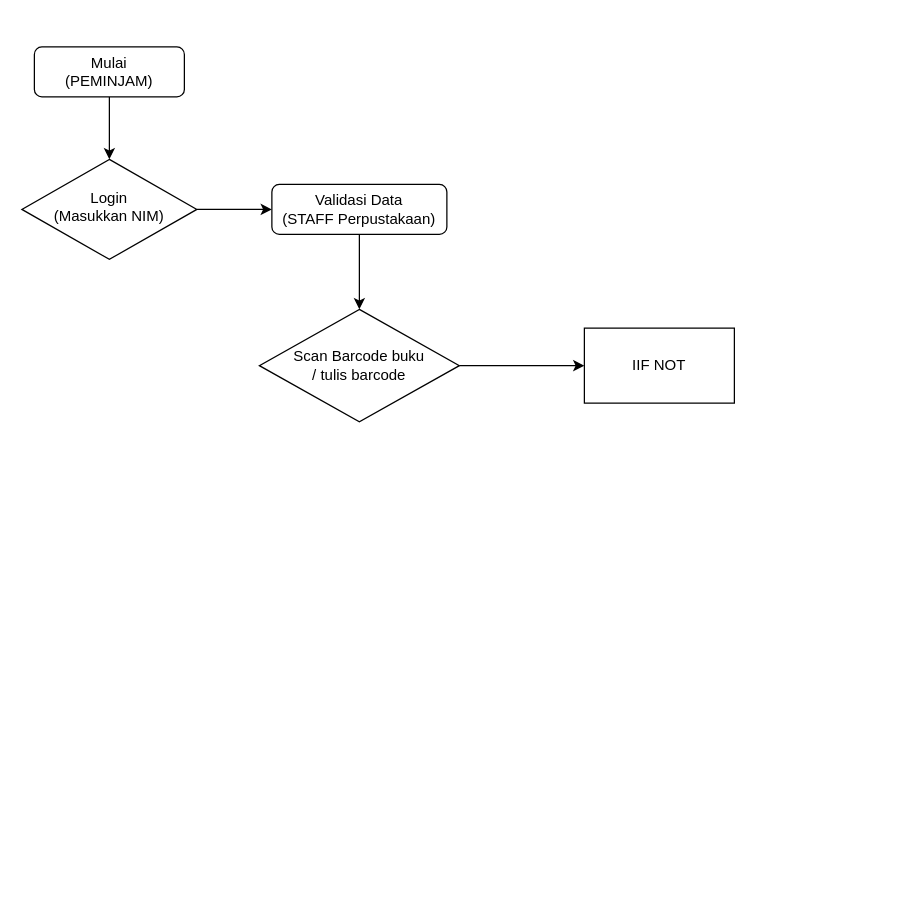
Above: PRAKTIKUM/TID_M3119082_SARI EKA NUR MARIFAH_prak01-12_pbsim.drawio in oadyse/PBSIM (draw.io), before the change. Source tidied: cells renumbered, new cells numbered last; positions are measured from the earlier drawing's top-left corner, leaving out a move shared by most shapes. Both pictures are drawn from the tidied source at 125%, with x=0, y=0 at pixel (21, 46).
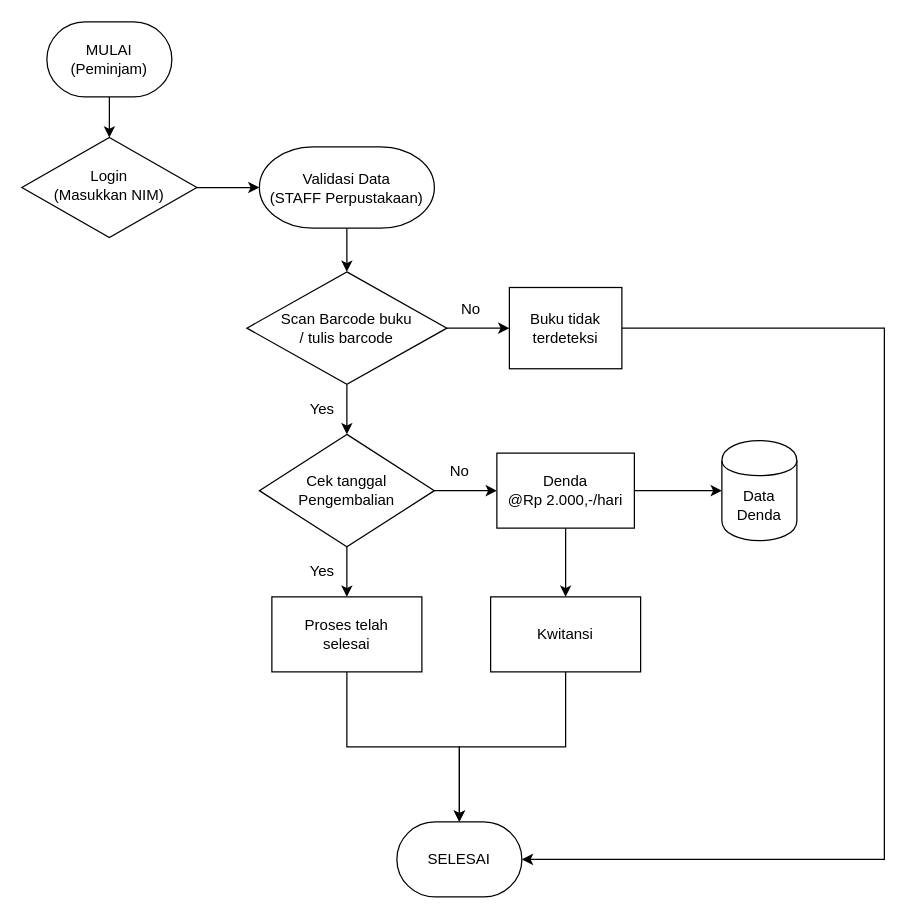
After the change.

Change to the diagram source:
```diff
@@
-    <mxCell id="2" style="edgeStyle=orthogonalEdgeStyle;rounded=0;jettySize=auto;html=1;" parent="1" edge="1" source="3" target="5">
-      <mxGeometry relative="1" as="geometry" />
-    </mxCell>
-    <mxCell id="3" value="Mulai&lt;br&gt;(PEMINJAM)" style="rounded=1;whiteSpace=wrap;html=1;fontSize=12;glass=0;strokeWidth=1;shadow=0;" parent="1" vertex="1">
-      <mxGeometry x="10" width="120" height="40" as="geometry" />
-    </mxCell>
@@
     <mxCell id="5" value="Login&lt;br&gt;(Masukkan NIM)" style="rhombus;whiteSpace=wrap;html=1;shadow=0;fontFamily=Helvetica;fontSize=12;align=center;strokeWidth=1;spacing=6;spacingTop=-4;" parent="1" vertex="1">
-      <mxGeometry y="90" width="140" height="80" as="geometry" />
+      <mxGeometry y="72.5" width="140" height="80" as="geometry" />
     </mxCell>
+    <mxCell id="8" style="edgeStyle=orthogonalEdgeStyle;rounded=0;jettySize=auto;html=1;" parent="1" edge="1" source="9" target="10">
+      <mxGeometry relative="1" as="geometry" />
+    </mxCell>
+    <mxCell id="11" style="edgeStyle=orthogonalEdgeStyle;rounded=0;jettySize=auto;html=1;" parent="1" edge="1" source="9" target="17">
+      <mxGeometry relative="1" as="geometry" />
+    </mxCell>
+    <mxCell id="9" value="Scan Barcode buku &lt;br&gt;/ tulis barcode" style="rhombus;whiteSpace=wrap;html=1;" parent="1" vertex="1">
+      <mxGeometry x="180" y="180" width="160" height="90" as="geometry" />
+    </mxCell>
+    <mxCell id="12" style="edgeStyle=orthogonalEdgeStyle;rounded=0;jettySize=auto;html=1;entryX=1;entryY=0.5;entryDx=0;entryDy=0;entryPerimeter=0;" parent="1" edge="1" source="10" target="26">
+      <mxGeometry relative="1" as="geometry">
+        <Array as="points">
+          <mxPoint x="690" y="225" />
+          <mxPoint x="690" y="650" />
+        </Array>
+      </mxGeometry>
+    </mxCell>
+    <mxCell id="10" value="Buku tidak terdeteksi" style="whiteSpace=wrap;html=1;" parent="1" vertex="1">
+      <mxGeometry x="390" y="192.5" width="90" height="65" as="geometry" />
+    </mxCell>
+    <mxCell id="13" value="No" style="text;html=1;align=center;verticalAlign=middle;" parent="1" vertex="1">
+      <mxGeometry x="344" y="200" width="30" height="20" as="geometry" />
+    </mxCell>
+    <mxCell id="14" value="Yes" style="text;html=1;align=center;verticalAlign=middle;" parent="1" vertex="1">
+      <mxGeometry x="220" y="280" width="40" height="20" as="geometry" />
+    </mxCell>
+    <mxCell id="15" style="edgeStyle=orthogonalEdgeStyle;rounded=0;jettySize=auto;html=1;" parent="1" edge="1" source="17" target="20">
+      <mxGeometry relative="1" as="geometry" />
+    </mxCell>
+    <mxCell id="16" style="edgeStyle=orthogonalEdgeStyle;rounded=0;jettySize=auto;html=1;" parent="1" edge="1" source="17" target="23">
+      <mxGeometry relative="1" as="geometry" />
+    </mxCell>
+    <mxCell id="17" value="Cek tanggal Pengembalian" style="rhombus;whiteSpace=wrap;html=1;" parent="1" vertex="1">
+      <mxGeometry x="190" y="310" width="140" height="90" as="geometry" />
+    </mxCell>
+    <mxCell id="18" style="edgeStyle=orthogonalEdgeStyle;rounded=0;jettySize=auto;html=1;" parent="1" edge="1" source="20" target="21">
+      <mxGeometry relative="1" as="geometry" />
+    </mxCell>
+    <mxCell id="19" style="edgeStyle=orthogonalEdgeStyle;rounded=0;jettySize=auto;html=1;" parent="1" edge="1" source="20" target="28">
+      <mxGeometry relative="1" as="geometry" />
+    </mxCell>
+    <mxCell id="20" value="Denda&lt;br&gt;@Rp 2.000,-/hari" style="whiteSpace=wrap;html=1;" parent="1" vertex="1">
+      <mxGeometry x="380" y="325" width="110" height="60" as="geometry" />
+    </mxCell>
+    <mxCell id="21" value="Data&lt;br&gt;Denda" style="shape=cylinder;whiteSpace=wrap;html=1;boundedLbl=1;backgroundOutline=1;" parent="1" vertex="1">
+      <mxGeometry x="560" y="315" width="60" height="80" as="geometry" />
+    </mxCell>
+    <mxCell id="22" style="edgeStyle=orthogonalEdgeStyle;rounded=0;jettySize=auto;html=1;" parent="1" edge="1" source="23" target="26">
+      <mxGeometry relative="1" as="geometry" />
+    </mxCell>
+    <mxCell id="23" value="Proses telah &lt;br&gt;selesai" style="whiteSpace=wrap;html=1;" parent="1" vertex="1">
+      <mxGeometry x="200" y="440" width="120" height="60" as="geometry" />
+    </mxCell>
+    <mxCell id="24" style="edgeStyle=orthogonalEdgeStyle;rounded=0;jettySize=auto;html=1;" parent="1" edge="1" source="25" target="5">
+      <mxGeometry relative="1" as="geometry" />
+    </mxCell>
+    <mxCell id="25" value="MULAI&lt;br&gt;(Peminjam)" style="strokeWidth=1;html=1;shape=mxgraph.flowchart.terminator;whiteSpace=wrap;shadow=0;" parent="1" vertex="1">
+      <mxGeometry x="20" y="-20" width="100" height="60" as="geometry" />
+    </mxCell>
@@
-    <mxCell id="7" value="Validasi Data&lt;br&gt;(STAFF Perpustakaan)" style="rounded=1;whiteSpace=wrap;html=1;fontSize=12;glass=0;strokeWidth=1;shadow=0;" parent="1" vertex="1">
-      <mxGeometry x="200" y="110" width="140" height="40" as="geometry" />
+    <mxCell id="7" value="&lt;span&gt;Validasi Data&lt;/span&gt;&lt;br&gt;&lt;span&gt;(STAFF Perpustakaan)&lt;/span&gt;" style="strokeWidth=1;html=1;shape=mxgraph.flowchart.terminator;whiteSpace=wrap;shadow=0;" parent="1" vertex="1">
+      <mxGeometry x="190" y="80" width="140" height="65" as="geometry" />
     </mxCell>
-    <mxCell id="8" style="edgeStyle=orthogonalEdgeStyle;rounded=0;jettySize=auto;html=1;" parent="1" edge="1" source="9" target="10">
-      <mxGeometry relative="1" as="geometry" />
-    </mxCell>
-    <mxCell id="9" value="Scan Barcode buku &lt;br&gt;/ tulis barcode" style="rhombus;whiteSpace=wrap;html=1;" parent="1" vertex="1">
-      <mxGeometry x="190" y="210" width="160" height="90" as="geometry" />
-    </mxCell>
-    <mxCell id="10" value="IIF NOT" style="whiteSpace=wrap;html=1;" parent="1" vertex="1">
-      <mxGeometry x="450" y="225" width="120" height="60" as="geometry" />
-    </mxCell>
+    <mxCell id="26" value="SELESAI" style="strokeWidth=1;html=1;shape=mxgraph.flowchart.terminator;whiteSpace=wrap;shadow=0;" parent="1" vertex="1">
+      <mxGeometry x="300" y="620" width="100" height="60" as="geometry" />
+    </mxCell>
+    <mxCell id="27" style="edgeStyle=orthogonalEdgeStyle;rounded=0;jettySize=auto;html=1;entryX=0.5;entryY=0;entryDx=0;entryDy=0;entryPerimeter=0;" parent="1" edge="1" source="28" target="26">
+      <mxGeometry relative="1" as="geometry" />
+    </mxCell>
+    <mxCell id="28" value="Kwitansi" style="whiteSpace=wrap;html=1;" parent="1" vertex="1">
+      <mxGeometry x="375" y="440" width="120" height="60" as="geometry" />
+    </mxCell>
+    <mxCell id="29" value="No" style="text;html=1;align=center;verticalAlign=middle;" parent="1" vertex="1">
+      <mxGeometry x="335" y="330" width="30" height="20" as="geometry" />
+    </mxCell>
+    <mxCell id="30" value="Yes" style="text;html=1;align=center;verticalAlign=middle;" parent="1" vertex="1">
+      <mxGeometry x="220" y="410" width="40" height="20" as="geometry" />
+    </mxCell>
```
